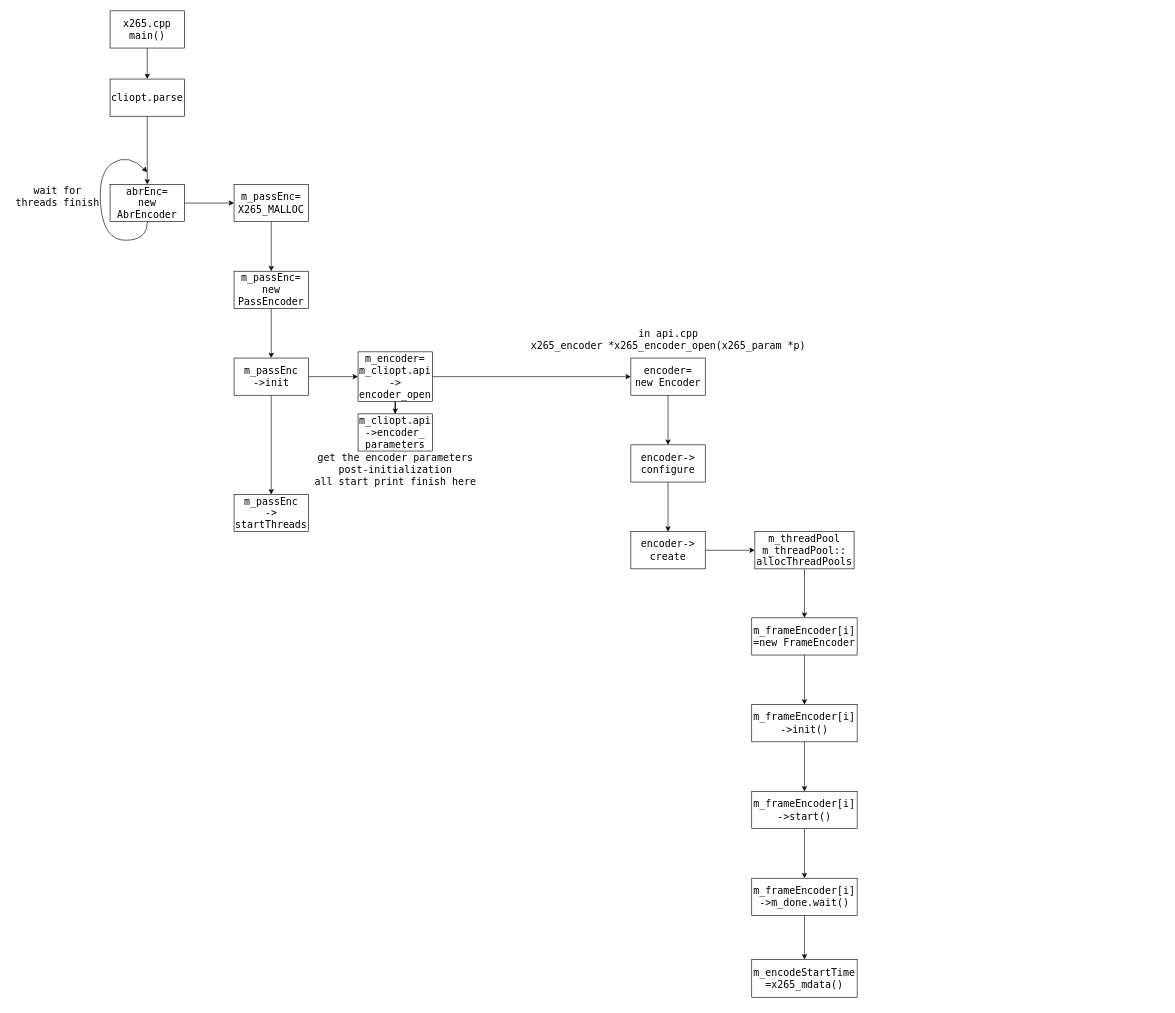
This is XML/compressInterCU.drawio from Joeyrr/draw.io, a draw.io file, before an edit. Source tidied: cells renumbered, new cells numbered last; positions are measured from the earlier drawing's top-left corner, leaving out a move shared by most shapes. Both pictures are drawn from the tidied source at 62%, with x=0, y=0 at pixel (11, 11).
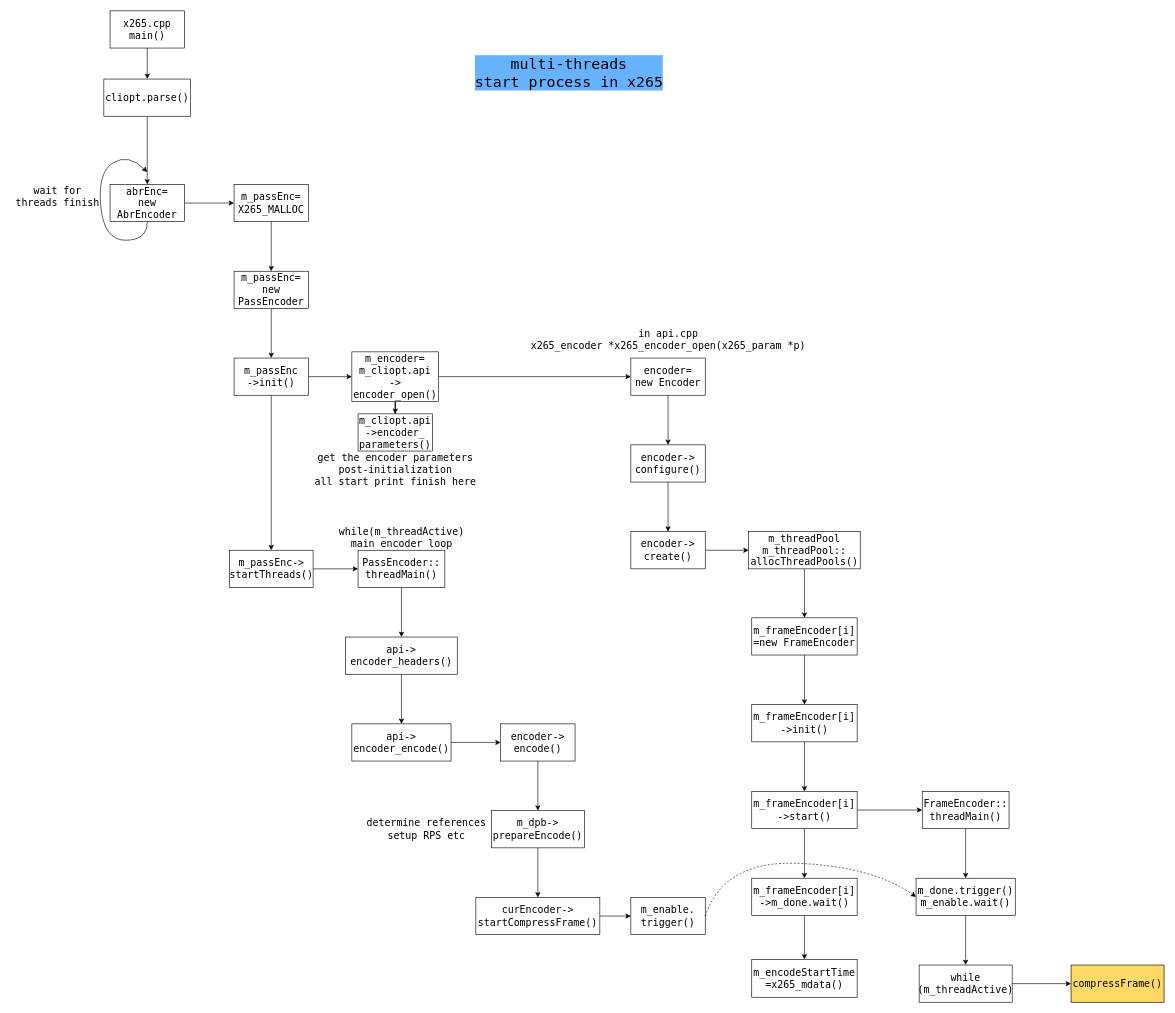
The same diagram, later.

The change refers to these unchanged cells:
```xml
<mxCell id="37" value="m_frameEncoder[i]&lt;br&gt;-&amp;gt;start()" style="whiteSpace=wrap;html=1;fontSize=16;fontFamily=Lucida Console;rounded=0;" parent="1" vertex="1">
  <mxGeometry x="1195" y="1259" width="170" height="60" as="geometry" />
</mxCell>
```

The edit, as a diff of the source:
```diff
@@
-    <mxCell id="5" value="cliopt.parse" style="whiteSpace=wrap;html=1;fontSize=16;fontFamily=Lucida Console;rounded=0;" parent="1" vertex="1">
-      <mxGeometry x="160" y="110" width="120" height="60" as="geometry" />
+    <mxCell id="5" value="cliopt.parse()" style="whiteSpace=wrap;html=1;fontSize=16;fontFamily=Lucida Console;rounded=0;" parent="1" vertex="1">
+      <mxGeometry x="150" y="110" width="140" height="60" as="geometry" />
     </mxCell>
@@
-    <mxCell id="16" value="m_passEnc&lt;br&gt;-&amp;gt;init" style="whiteSpace=wrap;html=1;fontSize=16;fontFamily=Lucida Console;rounded=0;" parent="1" vertex="1">
+    <mxCell id="16" value="m_passEnc&lt;br&gt;-&amp;gt;init()" style="whiteSpace=wrap;html=1;fontSize=16;fontFamily=Lucida Console;rounded=0;" parent="1" vertex="1">
       <mxGeometry x="360" y="560" width="120" height="60" as="geometry" />
     </mxCell>
+    <mxCell id="41" style="edgeStyle=orthogonalEdgeStyle;rounded=0;jettySize=auto;html=1;fontFamily=Lucida Console;fontSize=16;" parent="1" edge="1" source="17" target="51">
+      <mxGeometry relative="1" as="geometry" />
+    </mxCell>
-    <mxCell id="17" value="m_passEnc&lt;br&gt;-&amp;gt;&lt;br&gt;startThreads" style="whiteSpace=wrap;html=1;fontSize=16;fontFamily=Lucida Console;rounded=0;" parent="1" vertex="1">
-      <mxGeometry x="360" y="780" width="120" height="60" as="geometry" />
+    <mxCell id="17" value="m_passEnc-&amp;gt;&lt;br&gt;startThreads()" style="whiteSpace=wrap;html=1;fontSize=16;fontFamily=Lucida Console;rounded=0;" parent="1" vertex="1">
+      <mxGeometry x="352.5" y="870" width="135" height="60" as="geometry" />
     </mxCell>
@@
-    <mxCell id="20" value="m_encoder=&lt;br&gt;m_cliopt.api&lt;br&gt;-&amp;gt;&lt;br&gt;encoder_open" style="whiteSpace=wrap;html=1;fontSize=16;fontFamily=Lucida Console;rounded=0;" parent="1" vertex="1">
-      <mxGeometry x="560" y="550" width="120" height="80" as="geometry" />
+    <mxCell id="20" value="m_encoder=&lt;br&gt;m_cliopt.api&lt;br&gt;-&amp;gt;&lt;br&gt;encoder_open()" style="whiteSpace=wrap;html=1;fontSize=16;fontFamily=Lucida Console;rounded=0;" parent="1" vertex="1">
+      <mxGeometry x="550" y="550" width="140" height="80" as="geometry" />
     </mxCell>
-    <mxCell id="21" value="m_cliopt.api&lt;br&gt;-&amp;gt;encoder_&lt;br&gt;parameters" style="whiteSpace=wrap;html=1;fontSize=16;fontFamily=Lucida Console;rounded=0;" parent="1" vertex="1">
+    <mxCell id="21" value="m_cliopt.api&lt;br&gt;-&amp;gt;encoder_&lt;br&gt;parameters()" style="whiteSpace=wrap;html=1;fontSize=16;fontFamily=Lucida Console;rounded=0;" parent="1" vertex="1">
       <mxGeometry x="560" y="650" width="120" height="60" as="geometry" />
     </mxCell>
@@
-    <mxCell id="27" value="encoder-&amp;gt;&lt;br&gt;configure" style="whiteSpace=wrap;html=1;fontSize=16;fontFamily=Lucida Console;rounded=0;" parent="1" vertex="1">
+    <mxCell id="27" value="encoder-&amp;gt;&lt;br&gt;configure()" style="whiteSpace=wrap;html=1;fontSize=16;fontFamily=Lucida Console;rounded=0;" parent="1" vertex="1">
       <mxGeometry x="1000" y="700" width="120" height="60" as="geometry" />
     </mxCell>
@@
-    <mxCell id="29" value="encoder-&amp;gt;&lt;br&gt;create" style="whiteSpace=wrap;html=1;fontSize=16;fontFamily=Lucida Console;rounded=0;" parent="1" vertex="1">
+    <mxCell id="29" value="encoder-&amp;gt;&lt;br&gt;create()" style="whiteSpace=wrap;html=1;fontSize=16;fontFamily=Lucida Console;rounded=0;" parent="1" vertex="1">
       <mxGeometry x="1000" y="840" width="120" height="60" as="geometry" />
     </mxCell>
@@
-    <mxCell id="31" value="m_threadPool&lt;br&gt;m_threadPool::&lt;br&gt;allocThreadPools" style="whiteSpace=wrap;html=1;fontSize=16;fontFamily=Lucida Console;rounded=0;" parent="1" vertex="1">
-      <mxGeometry x="1200" y="840" width="160" height="60" as="geometry" />
+    <mxCell id="31" value="m_threadPool&lt;br&gt;m_threadPool::&lt;br&gt;allocThreadPools()" style="whiteSpace=wrap;html=1;fontSize=16;fontFamily=Lucida Console;rounded=0;" parent="1" vertex="1">
+      <mxGeometry x="1190" y="840" width="180" height="60" as="geometry" />
     </mxCell>
@@
+    <mxCell id="42" style="edgeStyle=orthogonalEdgeStyle;rounded=0;jettySize=auto;html=1;fontFamily=Lucida Console;fontSize=16;" parent="1" edge="1" source="37" target="44">
+      <mxGeometry relative="1" as="geometry" />
+    </mxCell>
@@
+    <mxCell id="43" style="edgeStyle=orthogonalEdgeStyle;rounded=0;jettySize=auto;html=1;fontFamily=Lucida Console;fontSize=16;" parent="1" edge="1" source="44" target="46">
+      <mxGeometry relative="1" as="geometry" />
+    </mxCell>
+    <mxCell id="44" value="FrameEncoder::&lt;br&gt;threadMain()" style="whiteSpace=wrap;html=1;fontSize=16;fontFamily=Lucida Console;rounded=0;" parent="1" vertex="1">
+      <mxGeometry x="1470" y="1259" width="140" height="60" as="geometry" />
+    </mxCell>
+    <mxCell id="45" style="edgeStyle=orthogonalEdgeStyle;rounded=0;jettySize=auto;html=1;fontFamily=Lucida Console;fontSize=16;" parent="1" edge="1" source="46" target="48">
+      <mxGeometry relative="1" as="geometry" />
+    </mxCell>
+    <mxCell id="46" value="m_done.trigger()&lt;br&gt;m_enable.wait()" style="whiteSpace=wrap;html=1;fontSize=16;fontFamily=Lucida Console;rounded=0;" parent="1" vertex="1">
+      <mxGeometry x="1460" y="1399" width="160" height="60" as="geometry" />
+    </mxCell>
+    <mxCell id="47" style="edgeStyle=orthogonalEdgeStyle;rounded=0;jettySize=auto;html=1;fontFamily=Lucida Console;fontSize=16;" parent="1" edge="1" source="48" target="49">
+      <mxGeometry relative="1" as="geometry" />
+    </mxCell>
+    <mxCell id="48" value="while&lt;br&gt;(m_threadActive)" style="whiteSpace=wrap;html=1;fontSize=16;fontFamily=Lucida Console;rounded=0;" parent="1" vertex="1">
+      <mxGeometry x="1465" y="1539" width="150" height="60" as="geometry" />
+    </mxCell>
+    <mxCell id="49" value="compressFrame()" style="whiteSpace=wrap;html=1;fontSize=16;fontFamily=Lucida Console;rounded=0;fillColor=#FFD966;" parent="1" vertex="1">
+      <mxGeometry x="1710" y="1539" width="150" height="60" as="geometry" />
+    </mxCell>
+    <mxCell id="50" style="edgeStyle=orthogonalEdgeStyle;rounded=0;jettySize=auto;html=1;fontFamily=Lucida Console;fontSize=16;" parent="1" edge="1" source="51" target="54">
+      <mxGeometry relative="1" as="geometry" />
+    </mxCell>
+    <mxCell id="51" value="PassEncoder::&lt;br&gt;threadMain()" style="whiteSpace=wrap;html=1;fontSize=16;fontFamily=Lucida Console;rounded=0;" parent="1" vertex="1">
+      <mxGeometry x="560" y="870" width="140" height="60" as="geometry" />
+    </mxCell>
+    <mxCell id="52" value="while(m_threadActive)&lt;br&gt;main encoder loop" style="text;html=1;align=center;verticalAlign=middle;fillColor=none;strokeColor=none;rounded=0;fontFamily=Lucida Console;fontSize=16;" parent="1" vertex="1">
+      <mxGeometry x="520" y="830" width="220" height="40" as="geometry" />
+    </mxCell>
+    <mxCell id="53" style="edgeStyle=orthogonalEdgeStyle;rounded=0;jettySize=auto;html=1;fontFamily=Lucida Console;fontSize=16;" parent="1" edge="1" source="54" target="56">
+      <mxGeometry relative="1" as="geometry" />
+    </mxCell>
+    <mxCell id="54" value="api-&amp;gt;&lt;br&gt;encoder_headers()" style="whiteSpace=wrap;html=1;fontSize=16;fontFamily=Lucida Console;rounded=0;" parent="1" vertex="1">
+      <mxGeometry x="540" y="1010" width="180" height="60" as="geometry" />
+    </mxCell>
+    <mxCell id="55" style="edgeStyle=orthogonalEdgeStyle;rounded=0;jettySize=auto;html=1;fontFamily=Lucida Console;fontSize=16;" parent="1" edge="1" source="56" target="58">
+      <mxGeometry relative="1" as="geometry" />
+    </mxCell>
+    <mxCell id="56" value="api-&amp;gt;&lt;br&gt;encoder_encode()" style="whiteSpace=wrap;html=1;fontSize=16;fontFamily=Lucida Console;rounded=0;" parent="1" vertex="1">
+      <mxGeometry x="550" y="1150" width="160" height="60" as="geometry" />
+    </mxCell>
+    <mxCell id="57" style="edgeStyle=orthogonalEdgeStyle;rounded=0;jettySize=auto;html=1;fontFamily=Lucida Console;fontSize=16;" parent="1" edge="1" source="58" target="60">
+      <mxGeometry relative="1" as="geometry" />
+    </mxCell>
+    <mxCell id="58" value="encoder-&amp;gt;&lt;br&gt;encode()" style="whiteSpace=wrap;html=1;fontSize=16;fontFamily=Lucida Console;rounded=0;" parent="1" vertex="1">
+      <mxGeometry x="790" y="1150" width="120" height="60" as="geometry" />
+    </mxCell>
+    <mxCell id="59" style="edgeStyle=orthogonalEdgeStyle;rounded=0;jettySize=auto;html=1;fontFamily=Lucida Console;fontSize=16;" parent="1" edge="1" source="60" target="63">
+      <mxGeometry relative="1" as="geometry" />
+    </mxCell>
+    <mxCell id="60" value="m_dpb-&amp;gt;&lt;br&gt;prepareEncode()" style="whiteSpace=wrap;html=1;fontSize=16;fontFamily=Lucida Console;rounded=0;" parent="1" vertex="1">
+      <mxGeometry x="775" y="1290" width="150" height="60" as="geometry" />
+    </mxCell>
+    <mxCell id="61" value="determine references&lt;br&gt;setup RPS etc" style="text;html=1;align=center;verticalAlign=middle;fillColor=none;strokeColor=none;rounded=0;fontFamily=Lucida Console;fontSize=16;" parent="1" vertex="1">
+      <mxGeometry x="565" y="1300" width="210" height="40" as="geometry" />
+    </mxCell>
+    <mxCell id="62" style="edgeStyle=orthogonalEdgeStyle;rounded=0;jettySize=auto;html=1;fontFamily=Lucida Console;fontSize=16;" parent="1" edge="1" source="63" target="64">
+      <mxGeometry relative="1" as="geometry" />
+    </mxCell>
+    <mxCell id="63" value="curEncoder-&amp;gt;&lt;br&gt;startCompressFrame()" style="whiteSpace=wrap;html=1;fontSize=16;fontFamily=Lucida Console;rounded=0;" parent="1" vertex="1">
+      <mxGeometry x="750" y="1430" width="200" height="60" as="geometry" />
+    </mxCell>
+    <mxCell id="64" value="m_enable.&lt;br&gt;trigger()" style="whiteSpace=wrap;html=1;fontSize=16;fontFamily=Lucida Console;rounded=0;" parent="1" vertex="1">
+      <mxGeometry x="1000" y="1430" width="120" height="60" as="geometry" />
+    </mxCell>
+    <mxCell id="65" style="curved=1;endArrow=classic;html=1;rounded=0;fontFamily=Lucida Console;fontSize=16;exitX=1;exitY=0.5;exitDx=0;exitDy=0;entryX=0;entryY=0.5;entryDx=0;entryDy=0;dashed=1;" parent="1" edge="1" source="64" target="46">
+      <mxGeometry relative="1" as="geometry">
+        <Array as="points">
+          <mxPoint x="1150" y="1370" />
+          <mxPoint x="1390" y="1380" />
+        </Array>
+      </mxGeometry>
+    </mxCell>
+    <mxCell id="66" value="multi-threads&lt;br style=&quot;font-size: 24px;&quot;&gt;start process in x265" style="text;html=1;align=center;verticalAlign=middle;fillColor=none;strokeColor=none;rounded=0;fontFamily=Lucida Console;fontSize=24;labelBackgroundColor=#66B2FF;" parent="1" vertex="1">
+      <mxGeometry x="740" y="70" width="320" height="60" as="geometry" />
+    </mxCell>
```
